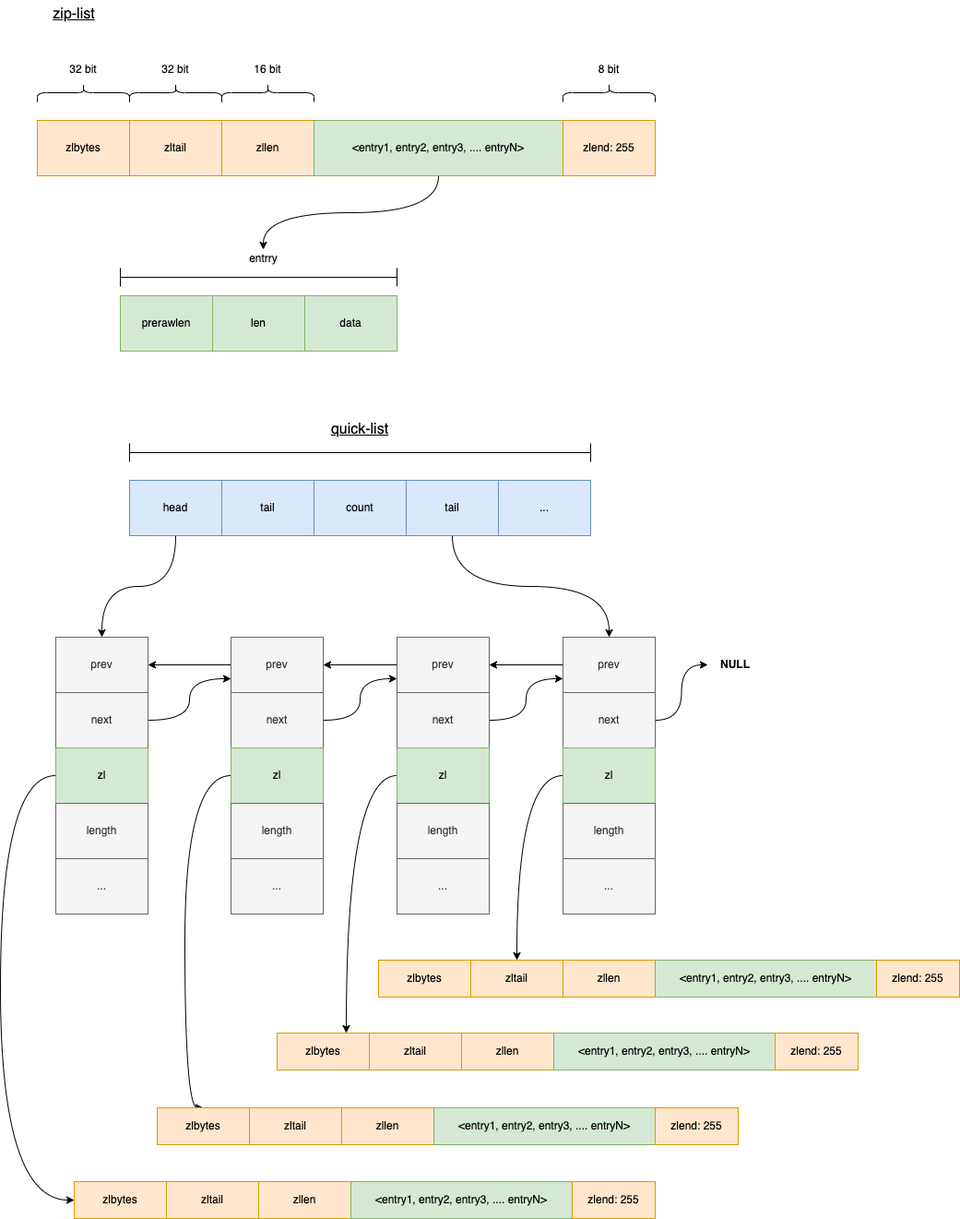
The draw.io diagram redis/structure-list.png in thebesteric/draw.io, before a commit. Source tidied: cells renumbered, new cells last; positions are measured from the earlier drawing's top-left corner, leaving out a move shared by most shapes. The source it was exported from:
```xml
<mxGraphModel>
  <root>
    <mxCell id="0" />
    <mxCell id="1" parent="0" />
    <mxCell id="2" style="edgeStyle=orthogonalEdgeStyle;curved=1;rounded=0;jettySize=auto;html=1;exitX=0.5;exitY=1;exitDx=0;exitDy=0;entryX=0.5;entryY=0;entryDx=0;entryDy=0;" parent="1" edge="1" source="3" target="28">
      <mxGeometry relative="1" as="geometry" />
    </mxCell>
    <mxCell id="3" value="head" style="rounded=0;whiteSpace=wrap;html=1;fillColor=#dae8fc;strokeColor=#6c8ebf;" parent="1" vertex="1">
      <mxGeometry x="140" y="520" width="100" height="60" as="geometry" />
    </mxCell>
    <mxCell id="4" value="tail" style="rounded=0;whiteSpace=wrap;html=1;fillColor=#dae8fc;strokeColor=#6c8ebf;" parent="1" vertex="1">
      <mxGeometry x="240" y="520" width="100" height="60" as="geometry" />
    </mxCell>
    <mxCell id="5" value="count" style="rounded=0;whiteSpace=wrap;html=1;fillColor=#dae8fc;strokeColor=#6c8ebf;" parent="1" vertex="1">
      <mxGeometry x="340" y="520" width="100" height="60" as="geometry" />
    </mxCell>
    <mxCell id="6" style="edgeStyle=orthogonalEdgeStyle;curved=1;rounded=0;jettySize=auto;html=1;exitX=0.5;exitY=1;exitDx=0;exitDy=0;" parent="1" edge="1" source="7" target="52">
      <mxGeometry relative="1" as="geometry" />
    </mxCell>
    <mxCell id="7" value="tail" style="rounded=0;whiteSpace=wrap;html=1;fillColor=#dae8fc;strokeColor=#6c8ebf;" parent="1" vertex="1">
      <mxGeometry x="440" y="520" width="100" height="60" as="geometry" />
    </mxCell>
    <mxCell id="8" value="zlbytes" style="rounded=0;whiteSpace=wrap;html=1;fillColor=#ffe6cc;strokeColor=#d79b00;" parent="1" vertex="1">
      <mxGeometry x="40" y="130" width="100" height="60" as="geometry" />
    </mxCell>
    <mxCell id="9" value="zltail" style="rounded=0;whiteSpace=wrap;html=1;fillColor=#ffe6cc;strokeColor=#d79b00;" parent="1" vertex="1">
      <mxGeometry x="140" y="130" width="100" height="60" as="geometry" />
    </mxCell>
    <mxCell id="10" value="zllen" style="rounded=0;whiteSpace=wrap;html=1;fillColor=#ffe6cc;strokeColor=#d79b00;" parent="1" vertex="1">
      <mxGeometry x="240" y="130" width="100" height="60" as="geometry" />
    </mxCell>
    <mxCell id="11" style="edgeStyle=orthogonalEdgeStyle;rounded=0;jettySize=auto;html=1;exitX=0.5;exitY=1;exitDx=0;exitDy=0;curved=1;" parent="1" edge="1" source="12" target="26">
      <mxGeometry relative="1" as="geometry" />
    </mxCell>
    <mxCell id="12" value="&amp;lt;entry1, entry2, entry3, .... entryN&amp;gt;" style="rounded=0;whiteSpace=wrap;html=1;fillColor=#d5e8d4;strokeColor=#82b366;" parent="1" vertex="1">
      <mxGeometry x="340" y="130" width="270" height="60" as="geometry" />
    </mxCell>
    <mxCell id="13" style="shape=curlyBracket;whiteSpace=wrap;html=1;rounded=1;rotation=90;" parent="1" vertex="1">
      <mxGeometry x="80" y="50" width="20" height="100" as="geometry" />
    </mxCell>
    <mxCell id="14" value="32 bit" style="text;html=1;strokeColor=none;fillColor=none;align=center;verticalAlign=middle;whiteSpace=wrap;rounded=0;" parent="1" vertex="1">
      <mxGeometry x="60" y="60" width="60" height="30" as="geometry" />
    </mxCell>
    <mxCell id="15" style="shape=curlyBracket;whiteSpace=wrap;html=1;rounded=1;rotation=90;" parent="1" vertex="1">
      <mxGeometry x="180" y="50" width="20" height="100" as="geometry" />
    </mxCell>
    <mxCell id="16" value="32 bit" style="text;html=1;strokeColor=none;fillColor=none;align=center;verticalAlign=middle;whiteSpace=wrap;rounded=0;" parent="1" vertex="1">
      <mxGeometry x="160" y="60" width="60" height="30" as="geometry" />
    </mxCell>
    <mxCell id="17" style="shape=curlyBracket;whiteSpace=wrap;html=1;rounded=1;rotation=90;" parent="1" vertex="1">
      <mxGeometry x="280" y="50" width="20" height="100" as="geometry" />
    </mxCell>
    <mxCell id="18" value="16 bit" style="text;html=1;strokeColor=none;fillColor=none;align=center;verticalAlign=middle;whiteSpace=wrap;rounded=0;" parent="1" vertex="1">
      <mxGeometry x="260" y="60" width="60" height="30" as="geometry" />
    </mxCell>
    <mxCell id="19" value="zlend: 255" style="rounded=0;whiteSpace=wrap;html=1;fillColor=#ffe6cc;strokeColor=#d79b00;" parent="1" vertex="1">
      <mxGeometry x="610" y="130" width="100" height="60" as="geometry" />
    </mxCell>
    <mxCell id="20" style="shape=curlyBracket;whiteSpace=wrap;html=1;rounded=1;rotation=90;" parent="1" vertex="1">
      <mxGeometry x="650" y="50" width="20" height="100" as="geometry" />
    </mxCell>
    <mxCell id="21" value="8 bit" style="text;html=1;strokeColor=none;fillColor=none;align=center;verticalAlign=middle;whiteSpace=wrap;rounded=0;" parent="1" vertex="1">
      <mxGeometry x="630" y="60" width="60" height="30" as="geometry" />
    </mxCell>
    <mxCell id="22" value="prerawlen" style="rounded=0;whiteSpace=wrap;html=1;fillColor=#d5e8d4;strokeColor=#82b366;" parent="1" vertex="1">
      <mxGeometry x="130" y="320" width="100" height="60" as="geometry" />
    </mxCell>
    <mxCell id="23" value="len" style="rounded=0;whiteSpace=wrap;html=1;fillColor=#d5e8d4;strokeColor=#82b366;" parent="1" vertex="1">
      <mxGeometry x="230" y="320" width="100" height="60" as="geometry" />
    </mxCell>
    <mxCell id="24" value="data" style="rounded=0;whiteSpace=wrap;html=1;fillColor=#d5e8d4;strokeColor=#82b366;" parent="1" vertex="1">
      <mxGeometry x="330" y="320" width="100" height="60" as="geometry" />
    </mxCell>
    <mxCell id="25" style="shape=crossbar;whiteSpace=wrap;html=1;rounded=1;" parent="1" vertex="1">
      <mxGeometry x="130" y="290" width="300" height="20" as="geometry" />
    </mxCell>
    <mxCell id="26" value="entrry" style="text;html=1;align=center;verticalAlign=middle;points=[];strokeColor=none;fillColor=none;" parent="1" vertex="1">
      <mxGeometry x="260" y="270" width="50" height="20" as="geometry" />
    </mxCell>
    <mxCell id="27" value="..." style="rounded=0;whiteSpace=wrap;html=1;fillColor=#dae8fc;strokeColor=#6c8ebf;" parent="1" vertex="1">
      <mxGeometry x="540" y="520" width="100" height="60" as="geometry" />
    </mxCell>
    <mxCell id="28" value="prev" style="rounded=0;whiteSpace=wrap;html=1;fillColor=#f5f5f5;fontColor=#333333;strokeColor=#666666;" parent="1" vertex="1">
      <mxGeometry x="60" y="690" width="100" height="60" as="geometry" />
    </mxCell>
    <mxCell id="29" style="edgeStyle=orthogonalEdgeStyle;curved=1;rounded=0;jettySize=auto;html=1;exitX=1;exitY=0.5;exitDx=0;exitDy=0;entryX=0;entryY=0.75;entryDx=0;entryDy=0;" parent="1" edge="1" source="30" target="36">
      <mxGeometry relative="1" as="geometry" />
    </mxCell>
    <mxCell id="30" value="next" style="rounded=0;whiteSpace=wrap;html=1;fillColor=#f5f5f5;fontColor=#333333;strokeColor=#666666;" parent="1" vertex="1">
      <mxGeometry x="60" y="750" width="100" height="60" as="geometry" />
    </mxCell>
    <mxCell id="31" style="edgeStyle=orthogonalEdgeStyle;curved=1;rounded=0;jettySize=auto;html=1;exitX=0;exitY=0.5;exitDx=0;exitDy=0;entryX=0;entryY=0.5;entryDx=0;entryDy=0;" parent="1" edge="1" source="32" target="75">
      <mxGeometry relative="1" as="geometry">
        <Array as="points">
          <mxPoint y="840" />
          <mxPoint y="1300" />
        </Array>
      </mxGeometry>
    </mxCell>
    <mxCell id="32" value="zl" style="rounded=0;whiteSpace=wrap;html=1;fillColor=#d5e8d4;strokeColor=#82b366;" parent="1" vertex="1">
      <mxGeometry x="60" y="810" width="100" height="60" as="geometry" />
    </mxCell>
    <mxCell id="33" value="length" style="rounded=0;whiteSpace=wrap;html=1;fillColor=#f5f5f5;fontColor=#333333;strokeColor=#666666;" parent="1" vertex="1">
      <mxGeometry x="60" y="870" width="100" height="60" as="geometry" />
    </mxCell>
    <mxCell id="34" value="..." style="rounded=0;whiteSpace=wrap;html=1;fillColor=#f5f5f5;fontColor=#333333;strokeColor=#666666;" parent="1" vertex="1">
      <mxGeometry x="60" y="930" width="100" height="60" as="geometry" />
    </mxCell>
    <mxCell id="35" style="edgeStyle=orthogonalEdgeStyle;curved=1;rounded=0;jettySize=auto;html=1;exitX=0;exitY=0.5;exitDx=0;exitDy=0;entryX=1;entryY=0.5;entryDx=0;entryDy=0;" parent="1" edge="1" source="36" target="28">
      <mxGeometry relative="1" as="geometry" />
    </mxCell>
    <mxCell id="36" value="prev" style="rounded=0;whiteSpace=wrap;html=1;fillColor=#f5f5f5;fontColor=#333333;strokeColor=#666666;" parent="1" vertex="1">
      <mxGeometry x="250" y="690" width="100" height="60" as="geometry" />
    </mxCell>
    <mxCell id="37" style="edgeStyle=orthogonalEdgeStyle;curved=1;rounded=0;jettySize=auto;html=1;exitX=1;exitY=0.5;exitDx=0;exitDy=0;entryX=0;entryY=0.75;entryDx=0;entryDy=0;" parent="1" edge="1" source="38" target="44">
      <mxGeometry relative="1" as="geometry" />
    </mxCell>
    <mxCell id="38" value="next" style="rounded=0;whiteSpace=wrap;html=1;fillColor=#f5f5f5;fontColor=#333333;strokeColor=#666666;" parent="1" vertex="1">
      <mxGeometry x="250" y="750" width="100" height="60" as="geometry" />
    </mxCell>
    <mxCell id="39" style="edgeStyle=orthogonalEdgeStyle;curved=1;rounded=0;jettySize=auto;html=1;exitX=0;exitY=0.5;exitDx=0;exitDy=0;entryX=0.5;entryY=0;entryDx=0;entryDy=0;" parent="1" edge="1" source="40" target="70">
      <mxGeometry relative="1" as="geometry">
        <Array as="points">
          <mxPoint x="200" y="840" />
          <mxPoint x="200" y="1200" />
        </Array>
      </mxGeometry>
    </mxCell>
    <mxCell id="40" value="zl" style="rounded=0;whiteSpace=wrap;html=1;fillColor=#d5e8d4;strokeColor=#82b366;" parent="1" vertex="1">
      <mxGeometry x="250" y="810" width="100" height="60" as="geometry" />
    </mxCell>
    <mxCell id="41" value="length" style="rounded=0;whiteSpace=wrap;html=1;fillColor=#f5f5f5;fontColor=#333333;strokeColor=#666666;" parent="1" vertex="1">
      <mxGeometry x="250" y="870" width="100" height="60" as="geometry" />
    </mxCell>
    <mxCell id="42" value="..." style="rounded=0;whiteSpace=wrap;html=1;fillColor=#f5f5f5;fontColor=#333333;strokeColor=#666666;" parent="1" vertex="1">
      <mxGeometry x="250" y="930" width="100" height="60" as="geometry" />
    </mxCell>
    <mxCell id="43" style="edgeStyle=orthogonalEdgeStyle;curved=1;rounded=0;jettySize=auto;html=1;exitX=0;exitY=0.5;exitDx=0;exitDy=0;entryX=1;entryY=0.5;entryDx=0;entryDy=0;" parent="1" edge="1" source="44" target="36">
      <mxGeometry relative="1" as="geometry" />
    </mxCell>
    <mxCell id="44" value="prev" style="rounded=0;whiteSpace=wrap;html=1;fillColor=#f5f5f5;fontColor=#333333;strokeColor=#666666;" parent="1" vertex="1">
      <mxGeometry x="430" y="690" width="100" height="60" as="geometry" />
    </mxCell>
    <mxCell id="45" style="edgeStyle=orthogonalEdgeStyle;curved=1;rounded=0;jettySize=auto;html=1;exitX=1;exitY=0.5;exitDx=0;exitDy=0;entryX=0;entryY=0.75;entryDx=0;entryDy=0;" parent="1" edge="1" source="46" target="52">
      <mxGeometry relative="1" as="geometry" />
    </mxCell>
    <mxCell id="46" value="next" style="rounded=0;whiteSpace=wrap;html=1;fillColor=#f5f5f5;fontColor=#333333;strokeColor=#666666;" parent="1" vertex="1">
      <mxGeometry x="430" y="750" width="100" height="60" as="geometry" />
    </mxCell>
    <mxCell id="47" style="edgeStyle=orthogonalEdgeStyle;curved=1;rounded=0;jettySize=auto;html=1;exitX=0;exitY=0.5;exitDx=0;exitDy=0;entryX=0.75;entryY=0;entryDx=0;entryDy=0;" parent="1" edge="1" source="48" target="65">
      <mxGeometry relative="1" as="geometry" />
    </mxCell>
    <mxCell id="48" value="zl" style="rounded=0;whiteSpace=wrap;html=1;fillColor=#d5e8d4;strokeColor=#82b366;" parent="1" vertex="1">
      <mxGeometry x="430" y="810" width="100" height="60" as="geometry" />
    </mxCell>
    <mxCell id="49" value="length" style="rounded=0;whiteSpace=wrap;html=1;fillColor=#f5f5f5;fontColor=#333333;strokeColor=#666666;" parent="1" vertex="1">
      <mxGeometry x="430" y="870" width="100" height="60" as="geometry" />
    </mxCell>
    <mxCell id="50" value="..." style="rounded=0;whiteSpace=wrap;html=1;fillColor=#f5f5f5;fontColor=#333333;strokeColor=#666666;" parent="1" vertex="1">
      <mxGeometry x="430" y="930" width="100" height="60" as="geometry" />
    </mxCell>
    <mxCell id="51" style="edgeStyle=orthogonalEdgeStyle;curved=1;rounded=0;jettySize=auto;html=1;exitX=0;exitY=0.5;exitDx=0;exitDy=0;entryX=1;entryY=0.5;entryDx=0;entryDy=0;" parent="1" edge="1" source="52" target="44">
      <mxGeometry relative="1" as="geometry" />
    </mxCell>
    <mxCell id="52" value="prev" style="rounded=0;whiteSpace=wrap;html=1;fillColor=#f5f5f5;fontColor=#333333;strokeColor=#666666;" parent="1" vertex="1">
      <mxGeometry x="610" y="690" width="100" height="60" as="geometry" />
    </mxCell>
    <mxCell id="53" style="edgeStyle=orthogonalEdgeStyle;curved=1;rounded=0;jettySize=auto;html=1;exitX=1;exitY=0.5;exitDx=0;exitDy=0;entryX=0;entryY=0.5;entryDx=0;entryDy=0;" parent="1" edge="1" source="54" target="59">
      <mxGeometry relative="1" as="geometry" />
    </mxCell>
    <mxCell id="54" value="next" style="rounded=0;whiteSpace=wrap;html=1;fillColor=#f5f5f5;fontColor=#333333;strokeColor=#666666;" parent="1" vertex="1">
      <mxGeometry x="610" y="750" width="100" height="60" as="geometry" />
    </mxCell>
    <mxCell id="55" style="edgeStyle=orthogonalEdgeStyle;curved=1;rounded=0;jettySize=auto;html=1;exitX=0;exitY=0.5;exitDx=0;exitDy=0;" parent="1" edge="1" source="56" target="61">
      <mxGeometry relative="1" as="geometry" />
    </mxCell>
    <mxCell id="56" value="zl" style="rounded=0;whiteSpace=wrap;html=1;fillColor=#d5e8d4;strokeColor=#82b366;" parent="1" vertex="1">
      <mxGeometry x="610" y="810" width="100" height="60" as="geometry" />
    </mxCell>
    <mxCell id="57" value="length" style="rounded=0;whiteSpace=wrap;html=1;fillColor=#f5f5f5;fontColor=#333333;strokeColor=#666666;" parent="1" vertex="1">
      <mxGeometry x="610" y="870" width="100" height="60" as="geometry" />
    </mxCell>
    <mxCell id="58" value="..." style="rounded=0;whiteSpace=wrap;html=1;fillColor=#f5f5f5;fontColor=#333333;strokeColor=#666666;" parent="1" vertex="1">
      <mxGeometry x="610" y="930" width="100" height="60" as="geometry" />
    </mxCell>
    <mxCell id="59" value="NULL" style="text;html=1;strokeColor=none;fillColor=none;align=center;verticalAlign=middle;whiteSpace=wrap;rounded=0;fontStyle=1;" parent="1" vertex="1">
      <mxGeometry x="767" y="705" width="60" height="30" as="geometry" />
    </mxCell>
    <mxCell id="60" value="zlbytes" style="rounded=0;whiteSpace=wrap;html=1;fillColor=#ffe6cc;strokeColor=#d79b00;" parent="1" vertex="1">
      <mxGeometry x="410" y="1040" width="100" height="40" as="geometry" />
    </mxCell>
    <mxCell id="61" value="zltail" style="rounded=0;whiteSpace=wrap;html=1;fillColor=#ffe6cc;strokeColor=#d79b00;" parent="1" vertex="1">
      <mxGeometry x="510" y="1040" width="100" height="40" as="geometry" />
    </mxCell>
    <mxCell id="62" value="zllen" style="rounded=0;whiteSpace=wrap;html=1;fillColor=#ffe6cc;strokeColor=#d79b00;" parent="1" vertex="1">
      <mxGeometry x="610" y="1040" width="100" height="40" as="geometry" />
    </mxCell>
    <mxCell id="63" value="&amp;lt;entry1, entry2, entry3, .... entryN&amp;gt;" style="rounded=0;whiteSpace=wrap;html=1;fillColor=#d5e8d4;strokeColor=#82b366;" parent="1" vertex="1">
      <mxGeometry x="710" y="1040" width="240" height="40" as="geometry" />
    </mxCell>
    <mxCell id="64" value="zlend: 255" style="rounded=0;whiteSpace=wrap;html=1;fillColor=#ffe6cc;strokeColor=#d79b00;" parent="1" vertex="1">
      <mxGeometry x="950" y="1040" width="90" height="40" as="geometry" />
    </mxCell>
    <mxCell id="65" value="zlbytes" style="rounded=0;whiteSpace=wrap;html=1;fillColor=#ffe6cc;strokeColor=#d79b00;" parent="1" vertex="1">
      <mxGeometry x="300" y="1119" width="100" height="40" as="geometry" />
    </mxCell>
    <mxCell id="66" value="zltail" style="rounded=0;whiteSpace=wrap;html=1;fillColor=#ffe6cc;strokeColor=#d79b00;" parent="1" vertex="1">
      <mxGeometry x="400" y="1119" width="100" height="40" as="geometry" />
    </mxCell>
    <mxCell id="67" value="zllen" style="rounded=0;whiteSpace=wrap;html=1;fillColor=#ffe6cc;strokeColor=#d79b00;" parent="1" vertex="1">
      <mxGeometry x="500" y="1119" width="100" height="40" as="geometry" />
    </mxCell>
    <mxCell id="68" value="&amp;lt;entry1, entry2, entry3, .... entryN&amp;gt;" style="rounded=0;whiteSpace=wrap;html=1;fillColor=#d5e8d4;strokeColor=#82b366;" parent="1" vertex="1">
      <mxGeometry x="600" y="1119" width="240" height="40" as="geometry" />
    </mxCell>
    <mxCell id="69" value="zlend: 255" style="rounded=0;whiteSpace=wrap;html=1;fillColor=#ffe6cc;strokeColor=#d79b00;" parent="1" vertex="1">
      <mxGeometry x="840" y="1119" width="90" height="40" as="geometry" />
    </mxCell>
    <mxCell id="70" value="zlbytes" style="rounded=0;whiteSpace=wrap;html=1;fillColor=#ffe6cc;strokeColor=#d79b00;" parent="1" vertex="1">
      <mxGeometry x="170" y="1200" width="100" height="40" as="geometry" />
    </mxCell>
    <mxCell id="71" value="zltail" style="rounded=0;whiteSpace=wrap;html=1;fillColor=#ffe6cc;strokeColor=#d79b00;" parent="1" vertex="1">
      <mxGeometry x="270" y="1200" width="100" height="40" as="geometry" />
    </mxCell>
    <mxCell id="72" value="zllen" style="rounded=0;whiteSpace=wrap;html=1;fillColor=#ffe6cc;strokeColor=#d79b00;" parent="1" vertex="1">
      <mxGeometry x="370" y="1200" width="100" height="40" as="geometry" />
    </mxCell>
    <mxCell id="73" value="&amp;lt;entry1, entry2, entry3, .... entryN&amp;gt;" style="rounded=0;whiteSpace=wrap;html=1;fillColor=#d5e8d4;strokeColor=#82b366;" parent="1" vertex="1">
      <mxGeometry x="470" y="1200" width="240" height="40" as="geometry" />
    </mxCell>
    <mxCell id="74" value="zlend: 255" style="rounded=0;whiteSpace=wrap;html=1;fillColor=#ffe6cc;strokeColor=#d79b00;" parent="1" vertex="1">
      <mxGeometry x="710" y="1200" width="90" height="40" as="geometry" />
    </mxCell>
    <mxCell id="75" value="zlbytes" style="rounded=0;whiteSpace=wrap;html=1;fillColor=#ffe6cc;strokeColor=#d79b00;" parent="1" vertex="1">
      <mxGeometry x="80" y="1280" width="100" height="40" as="geometry" />
    </mxCell>
    <mxCell id="76" value="zltail" style="rounded=0;whiteSpace=wrap;html=1;fillColor=#ffe6cc;strokeColor=#d79b00;" parent="1" vertex="1">
      <mxGeometry x="180" y="1280" width="100" height="40" as="geometry" />
    </mxCell>
    <mxCell id="77" value="zllen" style="rounded=0;whiteSpace=wrap;html=1;fillColor=#ffe6cc;strokeColor=#d79b00;" parent="1" vertex="1">
      <mxGeometry x="280" y="1280" width="100" height="40" as="geometry" />
    </mxCell>
    <mxCell id="78" value="&amp;lt;entry1, entry2, entry3, .... entryN&amp;gt;" style="rounded=0;whiteSpace=wrap;html=1;fillColor=#d5e8d4;strokeColor=#82b366;" parent="1" vertex="1">
      <mxGeometry x="380" y="1280" width="240" height="40" as="geometry" />
    </mxCell>
    <mxCell id="79" value="zlend: 255" style="rounded=0;whiteSpace=wrap;html=1;fillColor=#ffe6cc;strokeColor=#d79b00;" parent="1" vertex="1">
      <mxGeometry x="620" y="1280" width="90" height="40" as="geometry" />
    </mxCell>
    <mxCell id="80" value="zip-list" style="text;html=1;strokeColor=none;fillColor=none;align=center;verticalAlign=middle;whiteSpace=wrap;rounded=0;fontStyle=4;fontSize=16;" parent="1" vertex="1">
      <mxGeometry x="40" width="80" height="30" as="geometry" />
    </mxCell>
    <mxCell id="81" style="shape=crossbar;whiteSpace=wrap;html=1;rounded=1;fontSize=16;" parent="1" vertex="1">
      <mxGeometry x="140" y="480" width="500" height="20" as="geometry" />
    </mxCell>
    <mxCell id="82" value="quick-list" style="text;html=1;strokeColor=none;fillColor=none;align=center;verticalAlign=middle;whiteSpace=wrap;rounded=0;fontStyle=4;fontSize=16;" parent="1" vertex="1">
      <mxGeometry x="350" y="450" width="80" height="30" as="geometry" />
    </mxCell>
  </root>
</mxGraphModel>
```
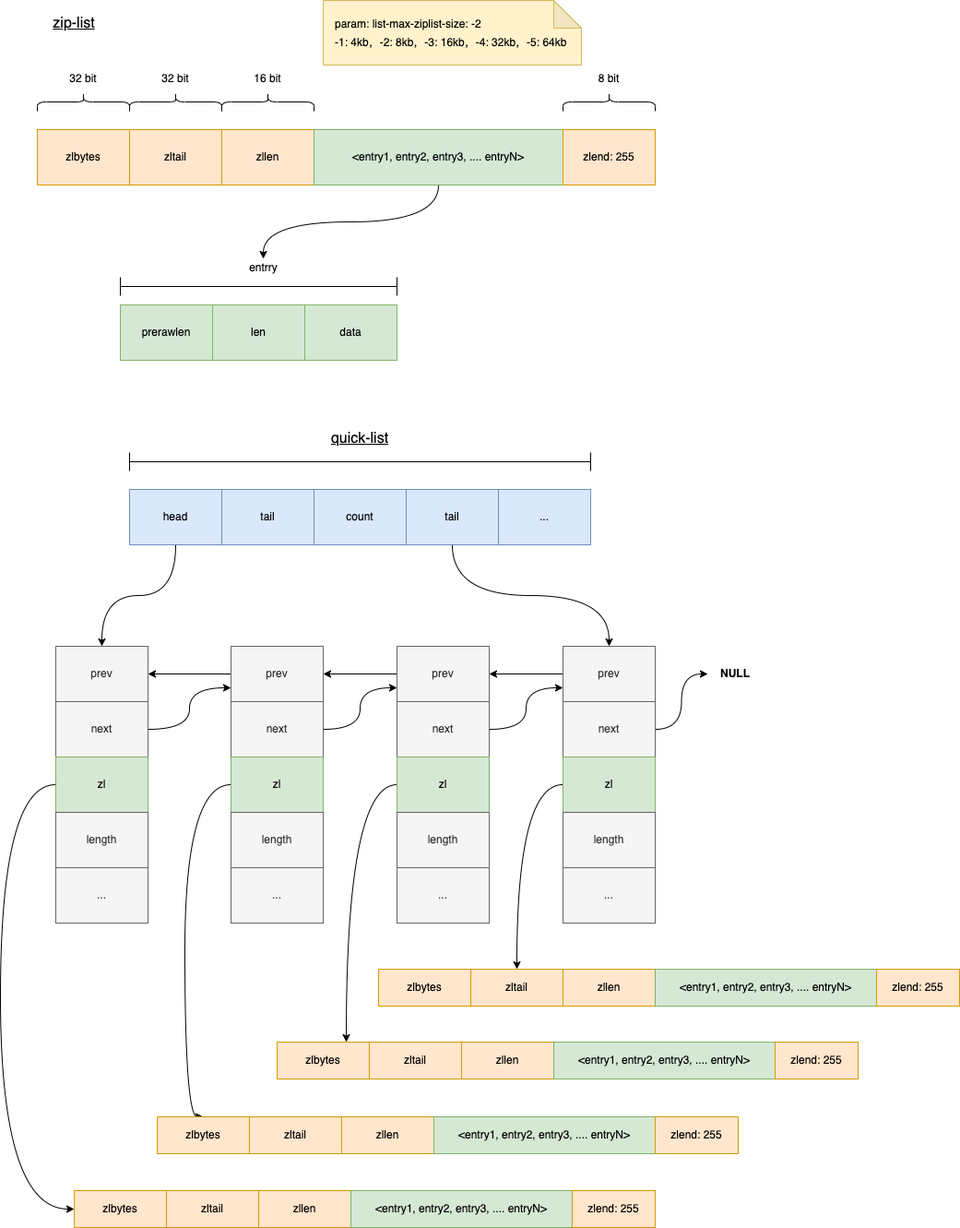
Later version of the same file.

Change to the diagram source:
```diff
@@ -255,5 +255,8 @@
     <mxCell id="82" value="quick-list" style="text;html=1;strokeColor=none;fillColor=none;align=center;verticalAlign=middle;whiteSpace=wrap;rounded=0;fontStyle=4;fontSize=16;" parent="1" vertex="1">
       <mxGeometry x="350" y="450" width="80" height="30" as="geometry" />
     </mxCell>
+    <mxCell id="83" value="&lt;font style=&quot;font-size: 12px&quot;&gt;param: list-max-ziplist-size: -2&lt;br&gt;-1:&amp;nbsp;4kb，-2: 8kb，-3: 16kb，-4: 32kb，-5: 64kb&lt;br&gt;&lt;/font&gt;" style="shape=note;whiteSpace=wrap;html=1;backgroundOutline=1;darkOpacity=0.05;fontSize=16;fillColor=#fff2cc;strokeColor=#d6b656;align=left;spacing=13;" parent="1" vertex="1">
+      <mxGeometry x="350" y="-10" width="280" height="70" as="geometry" />
+    </mxCell>
   </root>
 </mxGraphModel>
```
